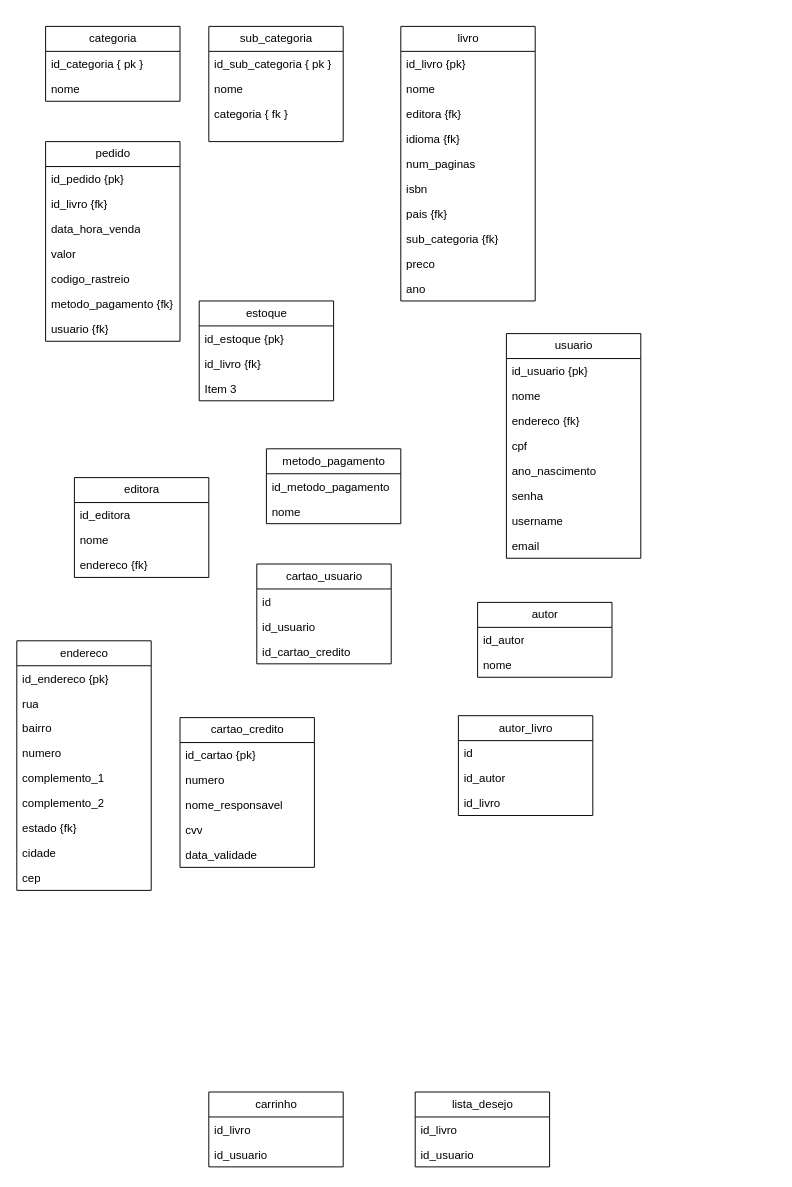
GusDev0258/55DSW-Livraria-front-end keeps this draw.io diagram as documentacao/modelagem.drawio. Above is the earlier version. Source tidied: cells renumbered, new cells numbered last; positions are measured from the earlier drawing's top-left corner, leaving out a move shared by most shapes. Both pictures are drawn from the tidied source at 96%, with x=0, y=0 at pixel (16, 26).
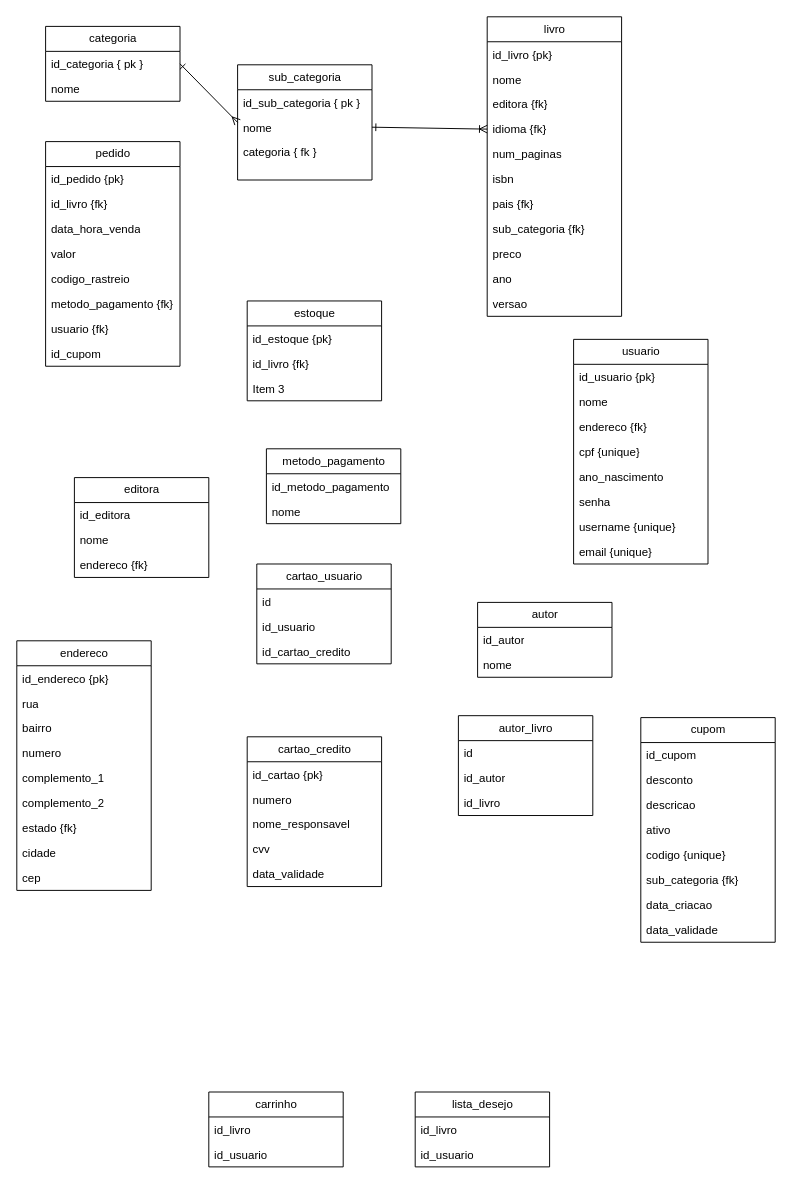
The same page after the edit.

Unchanged cells that the change refers to:
```xml
<mxCell id="3" value="id_categoria { pk }" style="text;strokeColor=none;fillColor=none;align=left;verticalAlign=top;spacingLeft=4;spacingRight=4;overflow=hidden;points=[[0,0.5],[1,0.5]];portConstraint=eastwest;whiteSpace=wrap;html=1;" parent="2" vertex="1">
  <mxGeometry y="26" width="140" height="26" as="geometry" />
</mxCell>
<mxCell id="7" value="nome" style="text;strokeColor=none;fillColor=none;align=left;verticalAlign=top;spacingLeft=4;spacingRight=4;overflow=hidden;points=[[0,0.5],[1,0.5]];portConstraint=eastwest;whiteSpace=wrap;html=1;" parent="5" vertex="1">
  <mxGeometry y="52" width="140" height="26" as="geometry" />
</mxCell>
<mxCell id="13" value="idioma {fk}" style="text;strokeColor=none;fillColor=none;align=left;verticalAlign=top;spacingLeft=4;spacingRight=4;overflow=hidden;points=[[0,0.5],[1,0.5]];portConstraint=eastwest;whiteSpace=wrap;html=1;" parent="9" vertex="1">
  <mxGeometry y="104" width="140" height="26" as="geometry" />
</mxCell>
```

Diff of the diagram source:
```diff
@@
     <mxCell id="5" value="sub_categoria" style="swimlane;fontStyle=0;horizontal=1;startSize=26;fillColor=none;html=1;" parent="1" vertex="1">
-      <mxGeometry x="200" width="140" height="120" as="geometry" />
+      <mxGeometry x="230" y="40" width="140" height="120" as="geometry" />
     </mxCell>
@@
     <mxCell id="9" value="livro" style="swimlane;fontStyle=0;horizontal=1;startSize=26;fillColor=none;html=1;" parent="1" vertex="1">
-      <mxGeometry x="400" width="140" height="286" as="geometry" />
+      <mxGeometry x="490" y="-10" width="140" height="312" as="geometry" />
     </mxCell>
@@
+    <mxCell id="81" value="versao" style="text;strokeColor=none;fillColor=none;align=left;verticalAlign=top;spacingLeft=4;spacingRight=4;overflow=hidden;whiteSpace=wrap;html=1;" parent="9" vertex="1">
+      <mxGeometry y="286" width="140" height="26" as="geometry" />
+    </mxCell>
     <mxCell id="20" value="pedido" style="swimlane;fontStyle=0;horizontal=1;startSize=26;fillColor=none;html=1;" parent="1" vertex="1">
-      <mxGeometry x="30" y="120" width="140" height="208" as="geometry" />
+      <mxGeometry x="30" y="120" width="140" height="234" as="geometry" />
     </mxCell>
@@
+    <mxCell id="82" value="id_cupom" style="text;strokeColor=none;fillColor=none;align=left;verticalAlign=top;spacingLeft=4;spacingRight=4;overflow=hidden;whiteSpace=wrap;html=1;" parent="20" vertex="1">
+      <mxGeometry y="208" width="140" height="26" as="geometry" />
+    </mxCell>
     <mxCell id="28" value="estoque" style="swimlane;fontStyle=0;horizontal=1;startSize=26;fillColor=none;html=1;" parent="1" vertex="1">
-      <mxGeometry x="190" y="286" width="140" height="104" as="geometry" />
+      <mxGeometry x="240" y="286" width="140" height="104" as="geometry" />
     </mxCell>
@@
     <mxCell id="39" value="usuario" style="swimlane;fontStyle=0;horizontal=1;startSize=26;fillColor=none;html=1;" parent="1" vertex="1">
-      <mxGeometry x="510" y="320" width="140" height="234" as="geometry" />
+      <mxGeometry x="580" y="326" width="140" height="234" as="geometry" />
     </mxCell>
@@
-    <mxCell id="43" value="cpf" style="text;strokeColor=none;fillColor=none;align=left;verticalAlign=top;spacingLeft=4;spacingRight=4;overflow=hidden;whiteSpace=wrap;html=1;" parent="39" vertex="1">
+    <mxCell id="43" value="cpf {unique}" style="text;strokeColor=none;fillColor=none;align=left;verticalAlign=top;spacingLeft=4;spacingRight=4;overflow=hidden;whiteSpace=wrap;html=1;" parent="39" vertex="1">
       <mxGeometry y="104" width="140" height="26" as="geometry" />
     </mxCell>
@@
-    <mxCell id="46" value="username" style="text;strokeColor=none;fillColor=none;align=left;verticalAlign=top;spacingLeft=4;spacingRight=4;overflow=hidden;whiteSpace=wrap;html=1;" parent="39" vertex="1">
+    <mxCell id="46" value="username {unique}" style="text;strokeColor=none;fillColor=none;align=left;verticalAlign=top;spacingLeft=4;spacingRight=4;overflow=hidden;whiteSpace=wrap;html=1;" parent="39" vertex="1">
       <mxGeometry y="182" width="140" height="26" as="geometry" />
     </mxCell>
-    <mxCell id="47" value="email" style="text;strokeColor=none;fillColor=none;align=left;verticalAlign=top;spacingLeft=4;spacingRight=4;overflow=hidden;whiteSpace=wrap;html=1;" parent="39" vertex="1">
+    <mxCell id="47" value="email {unique}" style="text;strokeColor=none;fillColor=none;align=left;verticalAlign=top;spacingLeft=4;spacingRight=4;overflow=hidden;whiteSpace=wrap;html=1;" parent="39" vertex="1">
       <mxGeometry y="208" width="140" height="26" as="geometry" />
     </mxCell>
@@
     <mxCell id="58" value="cartao_credito" style="swimlane;fontStyle=0;horizontal=1;startSize=26;fillColor=none;html=1;" parent="1" vertex="1">
-      <mxGeometry x="170" y="720" width="140" height="156" as="geometry" />
+      <mxGeometry x="240" y="740" width="140" height="156" as="geometry" />
     </mxCell>
@@
+    <mxCell id="83" value="cupom" style="swimlane;fontStyle=0;horizontal=1;startSize=26;fillColor=none;html=1;" parent="1" vertex="1">
+      <mxGeometry x="650" y="720" width="140" height="234" as="geometry" />
+    </mxCell>
+    <mxCell id="84" value="id_cupom" style="text;strokeColor=none;fillColor=none;align=left;verticalAlign=top;spacingLeft=4;spacingRight=4;overflow=hidden;whiteSpace=wrap;html=1;" parent="83" vertex="1">
+      <mxGeometry y="26" width="140" height="26" as="geometry" />
+    </mxCell>
+    <mxCell id="85" value="desconto" style="text;strokeColor=none;fillColor=none;align=left;verticalAlign=top;spacingLeft=4;spacingRight=4;overflow=hidden;whiteSpace=wrap;html=1;" parent="83" vertex="1">
+      <mxGeometry y="52" width="140" height="26" as="geometry" />
+    </mxCell>
+    <mxCell id="86" value="descricao" style="text;strokeColor=none;fillColor=none;align=left;verticalAlign=top;spacingLeft=4;spacingRight=4;overflow=hidden;whiteSpace=wrap;html=1;" parent="83" vertex="1">
+      <mxGeometry y="78" width="140" height="26" as="geometry" />
+    </mxCell>
+    <mxCell id="87" value="ativo" style="text;strokeColor=none;fillColor=none;align=left;verticalAlign=top;spacingLeft=4;spacingRight=4;overflow=hidden;whiteSpace=wrap;html=1;" parent="83" vertex="1">
+      <mxGeometry y="104" width="140" height="26" as="geometry" />
+    </mxCell>
+    <mxCell id="88" value="codigo {unique}" style="text;strokeColor=none;fillColor=none;align=left;verticalAlign=top;spacingLeft=4;spacingRight=4;overflow=hidden;whiteSpace=wrap;html=1;" parent="83" vertex="1">
+      <mxGeometry y="130" width="140" height="26" as="geometry" />
+    </mxCell>
+    <mxCell id="89" value="sub_categoria {fk}" style="text;strokeColor=none;fillColor=none;align=left;verticalAlign=top;spacingLeft=4;spacingRight=4;overflow=hidden;whiteSpace=wrap;html=1;" parent="83" vertex="1">
+      <mxGeometry y="156" width="140" height="26" as="geometry" />
+    </mxCell>
+    <mxCell id="90" value="data_criacao" style="text;strokeColor=none;fillColor=none;align=left;verticalAlign=top;spacingLeft=4;spacingRight=4;overflow=hidden;whiteSpace=wrap;html=1;" parent="83" vertex="1">
+      <mxGeometry y="182" width="140" height="26" as="geometry" />
+    </mxCell>
+    <mxCell id="91" value="data_validade" style="text;strokeColor=none;fillColor=none;align=left;verticalAlign=top;spacingLeft=4;spacingRight=4;overflow=hidden;whiteSpace=wrap;html=1;" parent="83" vertex="1">
+      <mxGeometry y="208" width="140" height="26" as="geometry" />
+    </mxCell>
+    <mxCell id="92" style="edgeStyle=none;html=1;exitX=1;exitY=0.5;exitDx=0;exitDy=0;entryX=0;entryY=0.5;entryDx=0;entryDy=0;endArrow=ERmany;endFill=0;startArrow=ERone;startFill=0;" parent="1" edge="1" source="3" target="5">
+      <mxGeometry relative="1" as="geometry" />
+    </mxCell>
+    <mxCell id="93" style="edgeStyle=none;html=1;exitX=1;exitY=0.5;exitDx=0;exitDy=0;entryX=0;entryY=0.5;entryDx=0;entryDy=0;startArrow=ERone;startFill=0;endArrow=ERoneToMany;endFill=0;" parent="1" edge="1" source="7" target="13">
+      <mxGeometry relative="1" as="geometry" />
+    </mxCell>
```
